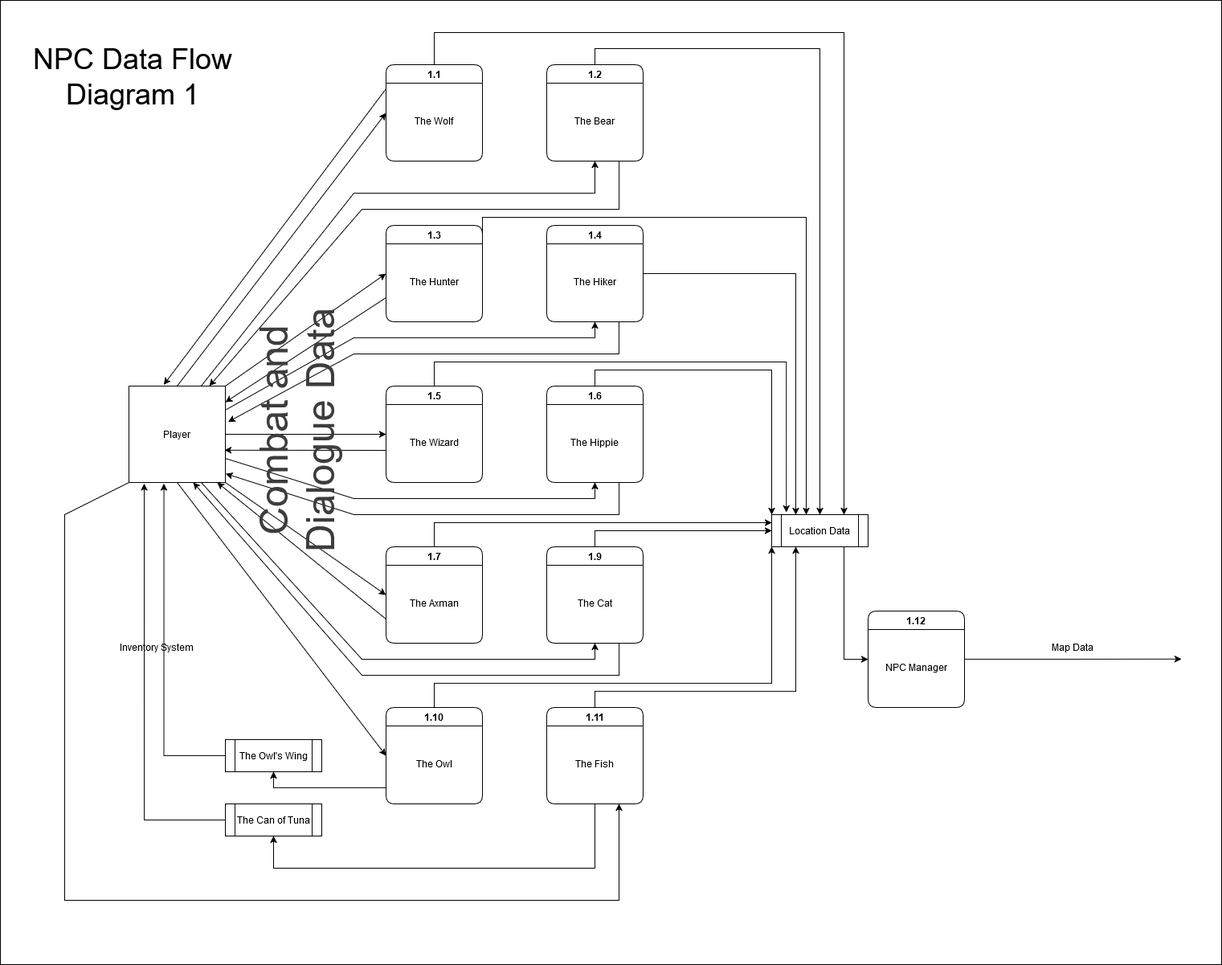
This is Docs/tl2/Todd Carter Works/Todd_Carter_NPC_Data_Flow_Diagram_Level_1.png from GreenSkyGames/Breaking-Red, a draw.io export, as it was before one commit. Source tidied: cells renumbered, new cells last; positions are measured from the earlier drawing's top-left corner, leaving out a move shared by most shapes.
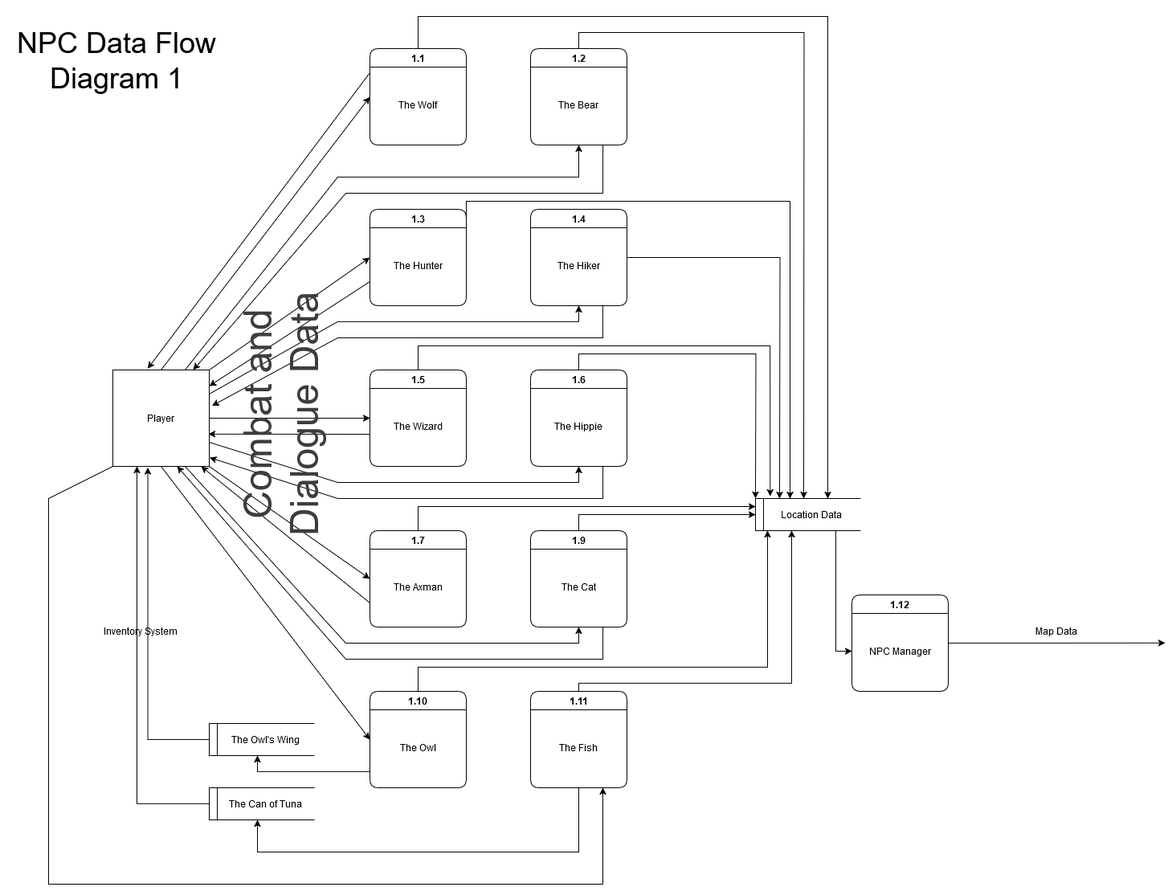
The same diagram one commit later.

Diff of the diagram source:
```diff
@@ -1,10 +1,7 @@
-<mxGraphModel>
+<mxGraphModel background="#ffffff">
   <root>
     <mxCell id="0" />
     <mxCell id="1" parent="0" />
-    <mxCell id="2" style="whiteSpace=wrap;html=1;textOpacity=0;" parent="1" vertex="1">
-      <mxGeometry width="1520" height="1200" as="geometry" />
-    </mxCell>
     <mxCell id="3" value="Player" style="whiteSpace=wrap;html=1;" parent="1" vertex="1">
       <mxGeometry x="160" y="480" width="120" height="120" as="geometry" />
     </mxCell>
@@ -17,54 +14,56 @@
     <mxCell id="6" value="1.5" style="swimlane;whiteSpace=wrap;html=1;rounded=1;" parent="1" vertex="1">
       <mxGeometry x="480" y="480" width="120" height="120" as="geometry" />
     </mxCell>
-    <mxCell id="7" style="edgeStyle=orthogonalEdgeStyle;rounded=0;jettySize=auto;html=1;exitX=0.5;exitY=0;exitDx=0;exitDy=0;entryX=0;entryY=0.25;entryDx=0;entryDy=0;" parent="1" edge="1" source="8" target="59">
-      <mxGeometry relative="1" as="geometry" />
-    </mxCell>
+    <mxCell id="67" style="edgeStyle=orthogonalEdgeStyle;rounded=0;jettySize=auto;html=1;exitX=0.5;exitY=0;exitDx=0;exitDy=0;entryX=0.25;entryY=1;entryDx=0;entryDy=0;" parent="1" edge="1" source="8" target="75">
+      <mxGeometry relative="1" as="geometry" />
+    </mxCell>
     <mxCell id="8" value="1.7" style="swimlane;whiteSpace=wrap;html=1;rounded=1;" parent="1" vertex="1">
       <mxGeometry x="480" y="680" width="120" height="120" as="geometry" />
     </mxCell>
     <mxCell id="9" value="The Axman" style="text;html=1;align=center;verticalAlign=middle;whiteSpace=wrap;rounded=0;" parent="8" vertex="1">
       <mxGeometry y="20" width="120" height="100" as="geometry" />
     </mxCell>
-    <mxCell id="10" style="edgeStyle=orthogonalEdgeStyle;rounded=0;jettySize=auto;html=1;exitX=0.5;exitY=0;exitDx=0;exitDy=0;entryX=0;entryY=1;entryDx=0;entryDy=0;" parent="1" edge="1" source="11" target="59">
-      <mxGeometry relative="1" as="geometry">
-        <Array as="points">
-          <mxPoint x="540" y="850" />
-          <mxPoint x="960" y="850" />
-        </Array>
-      </mxGeometry>
-    </mxCell>
+    <mxCell id="68" style="edgeStyle=orthogonalEdgeStyle;rounded=0;jettySize=auto;html=1;exitX=0.5;exitY=0;exitDx=0;exitDy=0;entryX=1;entryY=0.75;entryDx=0;entryDy=0;" parent="1" edge="1" source="11" target="75">
+      <mxGeometry relative="1" as="geometry">
+        <Array as="points">
+          <mxPoint x="540" y="850" />
+          <mxPoint x="975" y="850" />
+        </Array>
+      </mxGeometry>
+    </mxCell>
     <mxCell id="11" value="1.10" style="swimlane;whiteSpace=wrap;html=1;rounded=1;" parent="1" vertex="1">
       <mxGeometry x="480" y="880" width="120" height="120" as="geometry" />
     </mxCell>
     <mxCell id="12" value="The Owl" style="text;html=1;align=center;verticalAlign=middle;whiteSpace=wrap;rounded=0;" parent="11" vertex="1">
       <mxGeometry y="20" width="120" height="100" as="geometry" />
     </mxCell>
-    <mxCell id="13" style="edgeStyle=orthogonalEdgeStyle;rounded=0;jettySize=auto;html=1;exitX=0.5;exitY=0;exitDx=0;exitDy=0;entryX=0.25;entryY=1;entryDx=0;entryDy=0;" parent="1" edge="1" source="14" target="59">
-      <mxGeometry relative="1" as="geometry">
-        <Array as="points">
-          <mxPoint x="740" y="860" />
-          <mxPoint x="990" y="860" />
-        </Array>
-      </mxGeometry>
-    </mxCell>
+    <mxCell id="69" style="edgeStyle=orthogonalEdgeStyle;rounded=0;jettySize=auto;html=1;exitX=0.5;exitY=0;exitDx=0;exitDy=0;entryX=1;entryY=0.25;entryDx=0;entryDy=0;" parent="1" edge="1" source="14" target="75">
+      <mxGeometry relative="1" as="geometry">
+        <Array as="points">
+          <mxPoint x="740" y="870" />
+          <mxPoint x="1005" y="870" />
+        </Array>
+      </mxGeometry>
+    </mxCell>
     <mxCell id="14" value="1.11" style="swimlane;whiteSpace=wrap;html=1;rounded=1;" parent="1" vertex="1">
       <mxGeometry x="680" y="880" width="120" height="120" as="geometry" />
     </mxCell>
     <mxCell id="15" value="The Fish" style="text;html=1;align=center;verticalAlign=middle;whiteSpace=wrap;rounded=0;" parent="14" vertex="1">
       <mxGeometry y="20" width="120" height="100" as="geometry" />
     </mxCell>
-    <mxCell id="16" style="edgeStyle=orthogonalEdgeStyle;rounded=0;jettySize=auto;html=1;exitX=0.5;exitY=0;exitDx=0;exitDy=0;entryX=0;entryY=0.5;entryDx=0;entryDy=0;" parent="1" edge="1" source="17" target="59">
-      <mxGeometry relative="1" as="geometry" />
-    </mxCell>
+    <mxCell id="70" style="edgeStyle=orthogonalEdgeStyle;rounded=0;jettySize=auto;html=1;exitX=0.5;exitY=0;exitDx=0;exitDy=0;entryX=0.5;entryY=1;entryDx=0;entryDy=0;" parent="1" edge="1" source="17" target="75">
+      <mxGeometry relative="1" as="geometry" />
+    </mxCell>
     <mxCell id="17" value="1.9" style="swimlane;whiteSpace=wrap;html=1;rounded=1;" parent="1" vertex="1">
       <mxGeometry x="680" y="680" width="120" height="120" as="geometry" />
     </mxCell>
     <mxCell id="18" value="The Cat" style="text;html=1;align=center;verticalAlign=middle;whiteSpace=wrap;rounded=0;" parent="17" vertex="1">
       <mxGeometry y="20" width="120" height="100" as="geometry" />
     </mxCell>
-    <mxCell id="19" style="edgeStyle=orthogonalEdgeStyle;rounded=0;jettySize=auto;html=1;exitX=0.5;exitY=0;exitDx=0;exitDy=0;entryX=0;entryY=0;entryDx=0;entryDy=0;" parent="1" edge="1" source="20" target="59">
-      <mxGeometry relative="1" as="geometry" />
+    <mxCell id="19" style="edgeStyle=orthogonalEdgeStyle;rounded=0;jettySize=auto;html=1;exitX=0.5;exitY=0;exitDx=0;exitDy=0;entryX=0;entryY=0;entryDx=0;entryDy=0;" parent="1" edge="1" source="20">
+      <mxGeometry relative="1" as="geometry">
+        <mxPoint x="960" y="640" as="targetPoint" />
+      </mxGeometry>
     </mxCell>
     <mxCell id="20" value="1.6" style="swimlane;whiteSpace=wrap;html=1;rounded=1;" parent="1" vertex="1">
       <mxGeometry x="680" y="480" width="120" height="120" as="geometry" />
@@ -72,8 +71,10 @@
     <mxCell id="21" value="The Hippie" style="text;html=1;align=center;verticalAlign=middle;whiteSpace=wrap;rounded=0;" parent="20" vertex="1">
       <mxGeometry y="20" width="120" height="100" as="geometry" />
     </mxCell>
-    <mxCell id="22" style="edgeStyle=orthogonalEdgeStyle;rounded=0;jettySize=auto;html=1;exitX=1;exitY=0.5;exitDx=0;exitDy=0;entryX=0.25;entryY=0;entryDx=0;entryDy=0;" parent="1" edge="1" source="23" target="59">
-      <mxGeometry relative="1" as="geometry" />
+    <mxCell id="22" style="edgeStyle=orthogonalEdgeStyle;rounded=0;jettySize=auto;html=1;exitX=1;exitY=0.5;exitDx=0;exitDy=0;entryX=0.25;entryY=0;entryDx=0;entryDy=0;" parent="1" edge="1" source="23">
+      <mxGeometry relative="1" as="geometry">
+        <mxPoint x="990" y="640" as="targetPoint" />
+      </mxGeometry>
     </mxCell>
     <mxCell id="23" value="1.4" style="swimlane;whiteSpace=wrap;html=1;rounded=1;" parent="1" vertex="1">
       <mxGeometry x="680" y="280" width="120" height="120" as="geometry" />
@@ -81,8 +82,10 @@
     <mxCell id="24" value="The Hiker" style="text;html=1;align=center;verticalAlign=middle;whiteSpace=wrap;rounded=0;" parent="23" vertex="1">
       <mxGeometry y="20" width="120" height="100" as="geometry" />
     </mxCell>
-    <mxCell id="25" style="edgeStyle=orthogonalEdgeStyle;rounded=0;jettySize=auto;html=1;exitX=0.5;exitY=0;exitDx=0;exitDy=0;entryX=0.5;entryY=0;entryDx=0;entryDy=0;" parent="1" edge="1" source="26" target="59">
-      <mxGeometry relative="1" as="geometry" />
+    <mxCell id="25" style="edgeStyle=orthogonalEdgeStyle;rounded=0;jettySize=auto;html=1;exitX=0.5;exitY=0;exitDx=0;exitDy=0;entryX=0.5;entryY=0;entryDx=0;entryDy=0;" parent="1" edge="1" source="26">
+      <mxGeometry relative="1" as="geometry">
+        <mxPoint x="1020" y="640" as="targetPoint" />
+      </mxGeometry>
     </mxCell>
     <mxCell id="26" value="1.2" style="swimlane;whiteSpace=wrap;html=1;rounded=1;" parent="1" vertex="1">
       <mxGeometry x="680" y="80" width="120" height="120" as="geometry" />
@@ -90,8 +93,9 @@
     <mxCell id="27" value="The Bear" style="text;html=1;align=center;verticalAlign=middle;whiteSpace=wrap;rounded=0;" parent="26" vertex="1">
       <mxGeometry y="20" width="120" height="100" as="geometry" />
     </mxCell>
-    <mxCell id="28" style="edgeStyle=orthogonalEdgeStyle;rounded=0;jettySize=auto;html=1;exitX=0.5;exitY=0;exitDx=0;exitDy=0;entryX=0.75;entryY=0;entryDx=0;entryDy=0;" parent="1" edge="1" source="29" target="59">
+    <mxCell id="28" style="edgeStyle=orthogonalEdgeStyle;rounded=0;jettySize=auto;html=1;exitX=0.5;exitY=0;exitDx=0;exitDy=0;entryX=0.75;entryY=0;entryDx=0;entryDy=0;" parent="1" edge="1" source="29">
       <mxGeometry relative="1" as="geometry">
+        <mxPoint x="1050" y="640" as="targetPoint" />
         <Array as="points">
           <mxPoint x="540" y="40" />
           <mxPoint x="1050" y="40" />
@@ -104,18 +108,9 @@
     <mxCell id="30" value="The Wolf" style="text;html=1;align=center;verticalAlign=middle;whiteSpace=wrap;rounded=0;" parent="29" vertex="1">
       <mxGeometry y="20" width="120" height="100" as="geometry" />
     </mxCell>
-    <mxCell id="31" style="edgeStyle=orthogonalEdgeStyle;rounded=0;jettySize=auto;html=1;exitX=0;exitY=0.5;exitDx=0;exitDy=0;entryX=0.362;entryY=1.012;entryDx=0;entryDy=0;entryPerimeter=0;" parent="1" edge="1" source="32" target="3">
+    <mxCell id="31" style="edgeStyle=orthogonalEdgeStyle;rounded=0;jettySize=auto;html=1;exitX=0.5;exitY=1;exitDx=0;exitDy=0;entryX=0.362;entryY=1.012;entryDx=0;entryDy=0;entryPerimeter=0;" parent="1" edge="1" source="71" target="3">
       <mxGeometry relative="1" as="geometry" />
     </mxCell>
-    <mxCell id="32" value="The Owl's Wing" style="shape=process;whiteSpace=wrap;html=1;backgroundOutline=1;" parent="1" vertex="1">
-      <mxGeometry x="280" y="920" width="120" height="40" as="geometry" />
-    </mxCell>
-    <mxCell id="33" style="edgeStyle=orthogonalEdgeStyle;rounded=0;jettySize=auto;html=1;exitX=0;exitY=0.5;exitDx=0;exitDy=0;entryX=0.158;entryY=1.011;entryDx=0;entryDy=0;entryPerimeter=0;" parent="1" edge="1" source="34" target="3">
-      <mxGeometry relative="1" as="geometry" />
-    </mxCell>
-    <mxCell id="34" value="The Can of Tuna" style="shape=process;whiteSpace=wrap;html=1;backgroundOutline=1;" parent="1" vertex="1">
-      <mxGeometry x="280" y="1000" width="120" height="40" as="geometry" />
-    </mxCell>
     <mxCell id="35" style="endArrow=classic;html=1;rounded=0;exitX=0.75;exitY=0;exitDx=0;exitDy=0;entryX=0.5;entryY=1;entryDx=0;entryDy=0;" parent="1" edge="1" source="3" target="26">
       <mxGeometry relative="1" as="geometry">
         <Array as="points">
@@ -224,17 +219,19 @@
         </Array>
       </mxGeometry>
     </mxCell>
-    <mxCell id="53" style="endArrow=classic;html=1;rounded=0;exitX=0.5;exitY=1;exitDx=0;exitDy=0;entryX=0.5;entryY=1;entryDx=0;entryDy=0;" parent="1" edge="1" source="14" target="34">
+    <mxCell id="53" style="endArrow=classic;html=1;rounded=0;exitX=0.5;exitY=1;exitDx=0;exitDy=0;entryX=0.5;entryY=1;entryDx=0;entryDy=0;" parent="1" edge="1" source="14">
       <mxGeometry relative="1" as="geometry">
+        <mxPoint x="340" y="1040" as="targetPoint" />
         <Array as="points">
           <mxPoint x="740" y="1080" />
           <mxPoint x="340" y="1080" />
         </Array>
       </mxGeometry>
     </mxCell>
-    <mxCell id="54" style="endArrow=classic;html=1;rounded=0;entryX=0.5;entryY=1;entryDx=0;entryDy=0;" parent="1" edge="1" target="32">
+    <mxCell id="54" style="endArrow=classic;html=1;rounded=0;entryX=0.5;entryY=1;entryDx=0;entryDy=0;" parent="1" edge="1">
       <mxGeometry relative="1" as="geometry">
         <mxPoint x="480" y="980" as="sourcePoint" />
+        <mxPoint x="340" y="960" as="targetPoint" />
         <Array as="points">
           <mxPoint x="340" y="980" />
         </Array>
@@ -251,12 +248,6 @@
     <mxCell id="57" value="NPC Manager" style="text;html=1;align=center;verticalAlign=middle;whiteSpace=wrap;rounded=0;" parent="56" vertex="1">
       <mxGeometry y="20" width="120" height="100" as="geometry" />
     </mxCell>
-    <mxCell id="58" style="edgeStyle=orthogonalEdgeStyle;rounded=0;jettySize=auto;html=1;exitX=0.75;exitY=1;exitDx=0;exitDy=0;entryX=0;entryY=0.5;entryDx=0;entryDy=0;" parent="1" edge="1" source="59" target="56">
-      <mxGeometry relative="1" as="geometry" />
-    </mxCell>
-    <mxCell id="59" value="Location Data" style="shape=process;whiteSpace=wrap;html=1;backgroundOutline=1;" parent="1" vertex="1">
-      <mxGeometry x="960" y="640" width="120" height="40" as="geometry" />
-    </mxCell>
     <mxCell id="60" style="edgeStyle=orthogonalEdgeStyle;rounded=0;jettySize=auto;html=1;exitX=1;exitY=0.25;exitDx=0;exitDy=0;" parent="1" edge="1" source="4">
       <mxGeometry relative="1" as="geometry">
         <mxPoint x="1003" y="640" as="targetPoint" />
@@ -266,8 +257,9 @@
         </Array>
       </mxGeometry>
     </mxCell>
-    <mxCell id="61" style="edgeStyle=orthogonalEdgeStyle;rounded=0;jettySize=auto;html=1;exitX=0.5;exitY=0;exitDx=0;exitDy=0;entryX=0.152;entryY=-0.069;entryDx=0;entryDy=0;entryPerimeter=0;" parent="1" edge="1" source="6" target="59">
+    <mxCell id="61" style="edgeStyle=orthogonalEdgeStyle;rounded=0;jettySize=auto;html=1;exitX=0.5;exitY=0;exitDx=0;exitDy=0;entryX=0.152;entryY=-0.069;entryDx=0;entryDy=0;entryPerimeter=0;" parent="1" edge="1" source="6">
       <mxGeometry relative="1" as="geometry">
+        <mxPoint x="978.2" y="637.2" as="targetPoint" />
         <Array as="points">
           <mxPoint x="540" y="450" />
           <mxPoint x="978" y="450" />
@@ -289,5 +281,29 @@
     <mxCell id="66" value="The Wizard" style="text;html=1;align=center;verticalAlign=middle;whiteSpace=wrap;rounded=0;" parent="1" vertex="1">
       <mxGeometry x="480" y="500" width="120" height="100" as="geometry" />
     </mxCell>
+    <mxCell id="71" style="shape=partialRectangle;whiteSpace=wrap;html=1;bottom=1;right=1;left=1;top=0;fillColor=none;routingCenterX=-0.5;direction=south;" parent="1" vertex="1">
+      <mxGeometry x="280" y="920" width="60" height="40" as="geometry" />
+    </mxCell>
+    <mxCell id="32" value="The Owl's Wing" style="shape=partialRectangle;whiteSpace=wrap;html=1;bottom=1;right=1;left=1;top=0;fillColor=none;routingCenterX=-0.5;direction=south;" parent="1" vertex="1">
+      <mxGeometry x="290" y="920" width="120" height="40" as="geometry" />
+    </mxCell>
+    <mxCell id="34" value="The Can of Tuna" style="shape=partialRectangle;whiteSpace=wrap;html=1;bottom=1;right=1;left=1;top=0;fillColor=none;routingCenterX=-0.5;direction=south;" parent="1" vertex="1">
+      <mxGeometry x="290" y="1000" width="120" height="40" as="geometry" />
+    </mxCell>
+    <mxCell id="72" style="edgeStyle=orthogonalEdgeStyle;rounded=0;jettySize=auto;html=1;exitX=0.5;exitY=1;exitDx=0;exitDy=0;entryX=0.25;entryY=1;entryDx=0;entryDy=0;" parent="1" edge="1" source="73" target="3">
+      <mxGeometry relative="1" as="geometry" />
+    </mxCell>
+    <mxCell id="73" style="shape=partialRectangle;whiteSpace=wrap;html=1;bottom=1;right=1;left=1;top=0;fillColor=none;routingCenterX=-0.5;direction=south;" parent="1" vertex="1">
+      <mxGeometry x="280" y="1000" width="60" height="40" as="geometry" />
+    </mxCell>
+    <mxCell id="74" style="edgeStyle=orthogonalEdgeStyle;rounded=0;jettySize=auto;html=1;exitX=1;exitY=0.25;exitDx=0;exitDy=0;entryX=0;entryY=0.5;entryDx=0;entryDy=0;" parent="1" edge="1" source="59" target="57">
+      <mxGeometry relative="1" as="geometry" />
+    </mxCell>
+    <mxCell id="59" value="Location Data" style="shape=partialRectangle;whiteSpace=wrap;html=1;bottom=1;right=1;left=1;top=0;fillColor=none;routingCenterX=-0.5;direction=south;" parent="1" vertex="1">
+      <mxGeometry x="970" y="640" width="120" height="40" as="geometry" />
+    </mxCell>
+    <mxCell id="75" style="shape=partialRectangle;whiteSpace=wrap;html=1;bottom=1;right=1;left=1;top=0;fillColor=none;routingCenterX=-0.5;direction=south;" parent="1" vertex="1">
+      <mxGeometry x="960" y="640" width="60" height="40" as="geometry" />
+    </mxCell>
   </root>
 </mxGraphModel>
```
